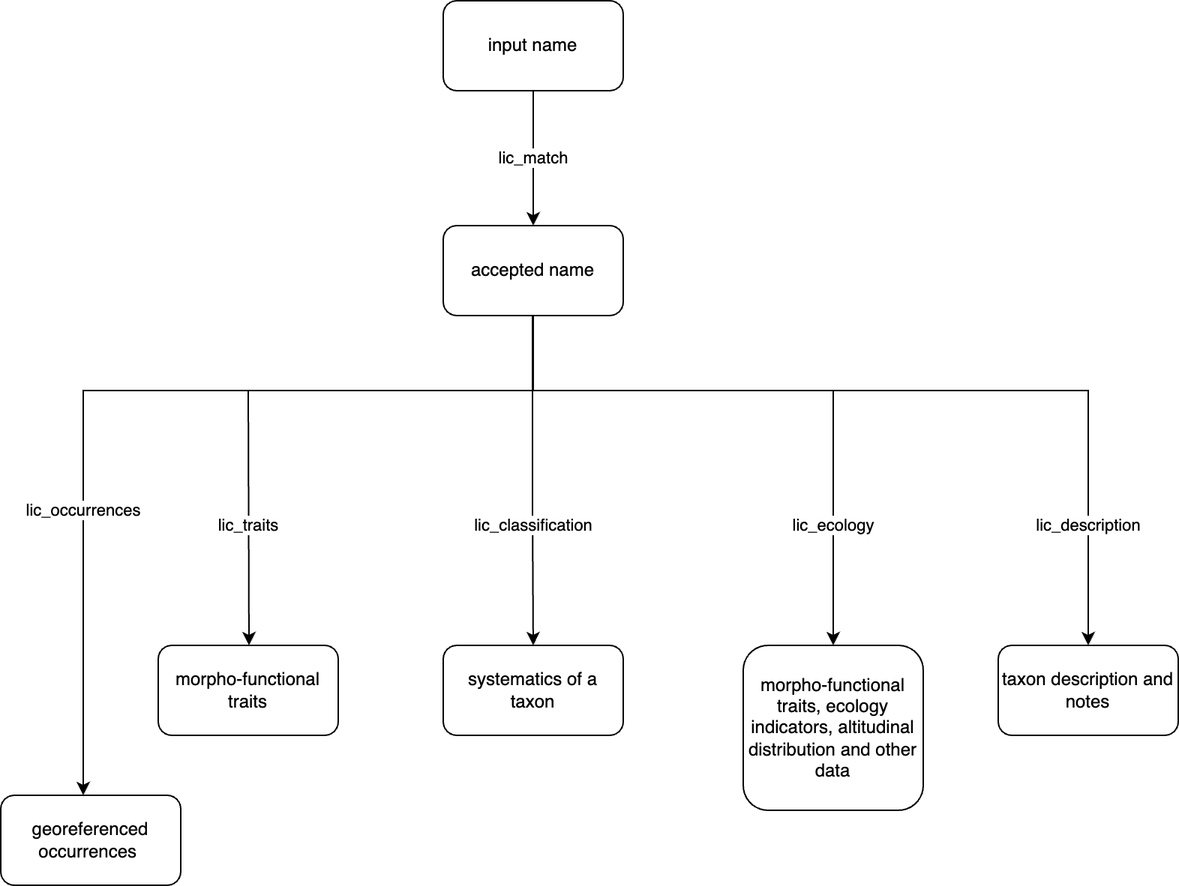
Before: code/images/api.png, a diagram exported from draw.io (Mattciao96/italic-webinar). Source tidied: cells renumbered, new cells last; positions are measured from the earlier drawing's top-left corner, leaving out a move shared by most shapes. The source it was exported from:
```xml
<mxGraphModel>
  <root>
    <mxCell id="0" />
    <mxCell id="1" parent="0" />
    <mxCell id="2" value="accepted name" style="rounded=1;whiteSpace=wrap;html=1;" parent="1" vertex="1">
      <mxGeometry x="295" y="150" width="120" height="60" as="geometry" />
    </mxCell>
    <mxCell id="3" value="lic_match" style="edgeStyle=orthogonalEdgeStyle;rounded=0;jettySize=auto;html=1;exitX=0.5;exitY=1;exitDx=0;exitDy=0;entryX=0.5;entryY=0;entryDx=0;entryDy=0;" parent="1" edge="1" source="4" target="2">
      <mxGeometry relative="1" as="geometry" />
    </mxCell>
    <mxCell id="4" value="input name" style="rounded=1;whiteSpace=wrap;html=1;" parent="1" vertex="1">
      <mxGeometry x="295" width="120" height="60" as="geometry" />
    </mxCell>
    <mxCell id="5" value="lic_ecology" style="endArrow=classic;html=1;rounded=0;exitX=0.5;exitY=1;exitDx=0;exitDy=0;" parent="1" edge="1">
      <mxGeometry x="0.62" relative="1" as="geometry">
        <mxPoint x="355" y="210" as="sourcePoint" />
        <mxPoint x="555" y="430" as="targetPoint" />
        <Array as="points">
          <mxPoint x="355" y="260" />
          <mxPoint x="555" y="260" />
        </Array>
      </mxGeometry>
    </mxCell>
    <mxCell id="6" value="lic_classification" style="endArrow=classic;html=1;rounded=0;" parent="1" edge="1">
      <mxGeometry x="0.27" relative="1" as="geometry">
        <mxPoint x="354.5" y="210" as="sourcePoint" />
        <mxPoint x="355" y="430" as="targetPoint" />
        <Array as="points">
          <mxPoint x="354.5" y="260" />
          <mxPoint x="354.5" y="340" />
        </Array>
      </mxGeometry>
    </mxCell>
    <mxCell id="7" value="morpho-functional traits, ecology indicators, altitudinal distribution and other data" style="rounded=1;whiteSpace=wrap;html=1;" parent="1" vertex="1">
      <mxGeometry x="495" y="430" width="120" height="110" as="geometry" />
    </mxCell>
    <mxCell id="8" value="systematics of a taxon" style="rounded=1;whiteSpace=wrap;html=1;" parent="1" vertex="1">
      <mxGeometry x="295" y="430" width="120" height="60" as="geometry" />
    </mxCell>
    <mxCell id="9" value="lic_description" style="endArrow=classic;html=1;rounded=0;exitX=0.5;exitY=1;exitDx=0;exitDy=0;" parent="1" edge="1" source="2">
      <mxGeometry x="0.73" relative="1" as="geometry">
        <mxPoint x="725" y="430" as="targetPoint" />
        <Array as="points">
          <mxPoint x="355" y="260" />
          <mxPoint x="725" y="260" />
        </Array>
      </mxGeometry>
    </mxCell>
    <mxCell id="10" value="taxon description and notes" style="rounded=1;whiteSpace=wrap;html=1;" parent="1" vertex="1">
      <mxGeometry x="665" y="430" width="120" height="60" as="geometry" />
    </mxCell>
    <mxCell id="11" value="lic_traits&lt;br&gt;" style="endArrow=classic;html=1;rounded=0;" parent="1" edge="1">
      <mxGeometry x="0.56" relative="1" as="geometry">
        <mxPoint x="355" y="260" as="sourcePoint" />
        <mxPoint x="165.5" y="430" as="targetPoint" />
        <Array as="points">
          <mxPoint x="165" y="260" />
        </Array>
      </mxGeometry>
    </mxCell>
    <mxCell id="12" value="morpho-functional traits" style="rounded=1;whiteSpace=wrap;html=1;" parent="1" vertex="1">
      <mxGeometry x="105" y="430" width="120" height="60" as="geometry" />
    </mxCell>
    <mxCell id="13" value="lic_occurrences" style="endArrow=classic;html=1;rounded=0;" parent="1" edge="1">
      <mxGeometry relative="1" as="geometry">
        <mxPoint x="165" y="260" as="sourcePoint" />
        <mxPoint x="55" y="530" as="targetPoint" />
        <Array as="points">
          <mxPoint x="55" y="260" />
        </Array>
      </mxGeometry>
    </mxCell>
    <mxCell id="14" value="georeferenced occurrences&amp;nbsp;" style="rounded=1;whiteSpace=wrap;html=1;" parent="1" vertex="1">
      <mxGeometry y="530" width="120" height="60" as="geometry" />
    </mxCell>
  </root>
</mxGraphModel>
```
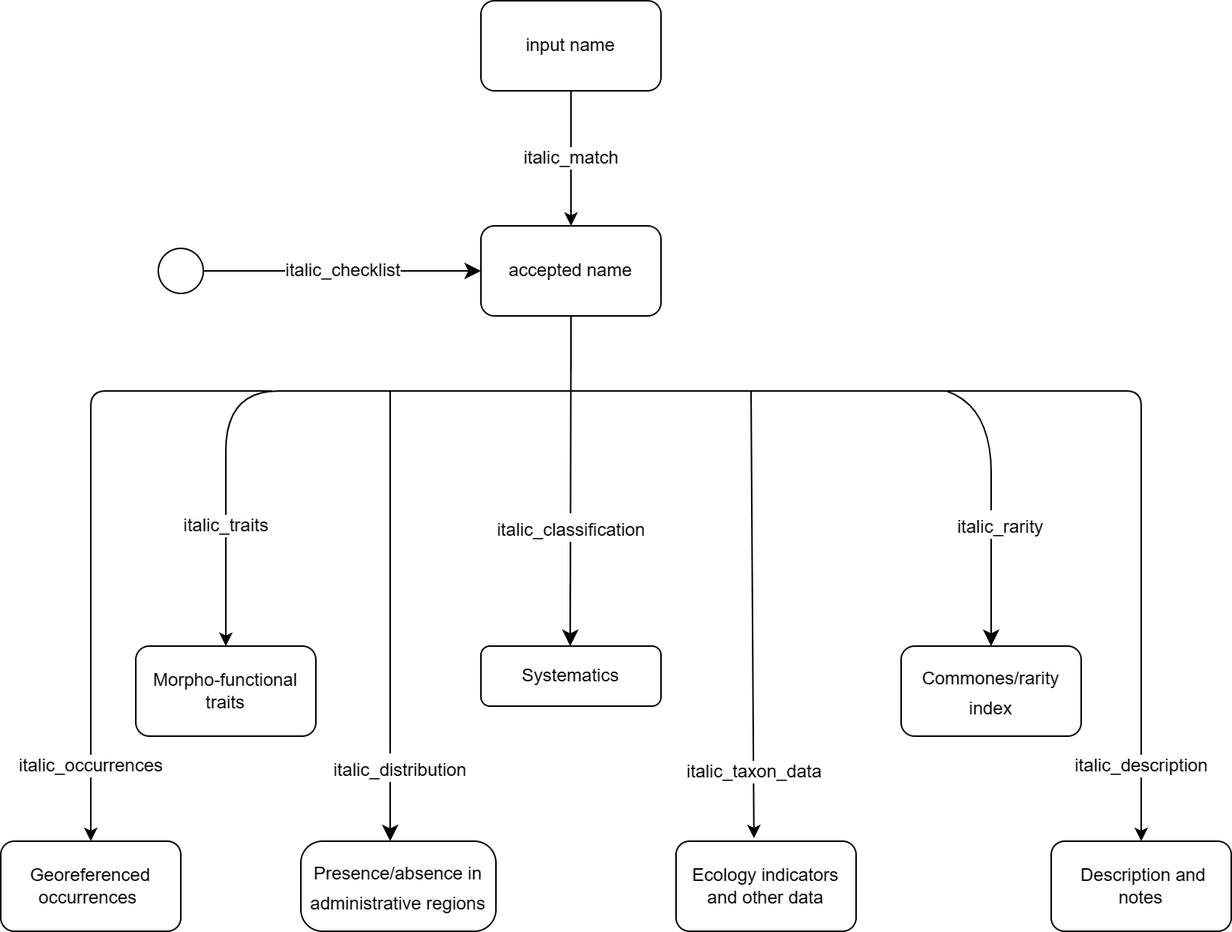
Later version of the same file.

What changed in the source:
```diff
@@ -3,75 +3,117 @@
     <mxCell id="0" />
     <mxCell id="1" parent="0" />
     <mxCell id="2" value="accepted name" style="rounded=1;whiteSpace=wrap;html=1;" parent="1" vertex="1">
-      <mxGeometry x="295" y="150" width="120" height="60" as="geometry" />
+      <mxGeometry x="305" y="150" width="120" height="60" as="geometry" />
     </mxCell>
-    <mxCell id="3" value="lic_match" style="edgeStyle=orthogonalEdgeStyle;rounded=0;jettySize=auto;html=1;exitX=0.5;exitY=1;exitDx=0;exitDy=0;entryX=0.5;entryY=0;entryDx=0;entryDy=0;" parent="1" edge="1" source="4" target="2">
+    <mxCell id="3" value="&lt;font style=&quot;font-size: 12px;&quot;&gt;italic_match&lt;/font&gt;" style="edgeStyle=orthogonalEdgeStyle;rounded=0;jettySize=auto;html=1;exitX=0.5;exitY=1;exitDx=0;exitDy=0;entryX=0.5;entryY=0;entryDx=0;entryDy=0;" parent="1" edge="1" source="4" target="2">
       <mxGeometry relative="1" as="geometry" />
     </mxCell>
-    <mxCell id="4" value="input name" style="rounded=1;whiteSpace=wrap;html=1;" parent="1" vertex="1">
-      <mxGeometry x="295" width="120" height="60" as="geometry" />
+    <mxCell id="4" value="input name" style="rounded=1;whiteSpace=wrap;html=1;glass=0;" parent="1" vertex="1">
+      <mxGeometry x="305" width="120" height="60" as="geometry" />
     </mxCell>
-    <mxCell id="5" value="lic_ecology" style="endArrow=classic;html=1;rounded=0;exitX=0.5;exitY=1;exitDx=0;exitDy=0;" parent="1" edge="1">
-      <mxGeometry x="0.62" relative="1" as="geometry">
-        <mxPoint x="355" y="210" as="sourcePoint" />
-        <mxPoint x="555" y="430" as="targetPoint" />
+    <mxCell id="5" value="&lt;font style=&quot;font-size: 12px;&quot;&gt;italic_taxon_data&lt;/font&gt;" style="endArrow=classic;html=1;rounded=0;entryX=0.433;entryY=-0.033;entryDx=0;entryDy=0;entryPerimeter=0;" parent="1" edge="1" target="7">
+      <mxGeometry x="0.8" relative="1" as="geometry">
+        <mxPoint x="365" y="260" as="sourcePoint" />
         <Array as="points">
           <mxPoint x="355" y="260" />
-          <mxPoint x="555" y="260" />
+          <mxPoint x="485" y="260" />
         </Array>
       </mxGeometry>
     </mxCell>
-    <mxCell id="6" value="lic_classification" style="endArrow=classic;html=1;rounded=0;" parent="1" edge="1">
-      <mxGeometry x="0.27" relative="1" as="geometry">
-        <mxPoint x="354.5" y="210" as="sourcePoint" />
-        <mxPoint x="355" y="430" as="targetPoint" />
-        <Array as="points">
-          <mxPoint x="354.5" y="260" />
-          <mxPoint x="354.5" y="340" />
-        </Array>
-      </mxGeometry>
-    </mxCell>
-    <mxCell id="7" value="morpho-functional traits, ecology indicators, altitudinal distribution and other data" style="rounded=1;whiteSpace=wrap;html=1;" parent="1" vertex="1">
-      <mxGeometry x="495" y="430" width="120" height="110" as="geometry" />
+    <mxCell id="7" value="Ecology indicators and other data" style="rounded=1;whiteSpace=wrap;html=1;" parent="1" vertex="1">
+      <mxGeometry x="435" y="560" width="120" height="60" as="geometry" />
     </mxCell>
-    <mxCell id="8" value="systematics of a taxon" style="rounded=1;whiteSpace=wrap;html=1;" parent="1" vertex="1">
-      <mxGeometry x="295" y="430" width="120" height="60" as="geometry" />
+    <mxCell id="8" value="Systematics" style="rounded=1;whiteSpace=wrap;html=1;" parent="1" vertex="1">
+      <mxGeometry x="305" y="430" width="120" height="40" as="geometry" />
     </mxCell>
-    <mxCell id="9" value="lic_description" style="endArrow=classic;html=1;rounded=0;exitX=0.5;exitY=1;exitDx=0;exitDy=0;" parent="1" edge="1" source="2">
-      <mxGeometry x="0.73" relative="1" as="geometry">
-        <mxPoint x="725" y="430" as="targetPoint" />
+    <mxCell id="9" value="&lt;font style=&quot;font-size: 12px;&quot;&gt;italic_description&lt;/font&gt;" style="endArrow=classic;html=1;entryX=0.5;entryY=0;entryDx=0;entryDy=0;rounded=1;" parent="1" edge="1" target="10">
+      <mxGeometry x="0.82" relative="1" as="geometry">
+        <mxPoint x="485" y="260" as="sourcePoint" />
         <Array as="points">
-          <mxPoint x="355" y="260" />
-          <mxPoint x="725" y="260" />
+          <mxPoint x="485" y="260" />
+          <mxPoint x="595" y="260" />
+          <mxPoint x="745" y="260" />
         </Array>
       </mxGeometry>
     </mxCell>
-    <mxCell id="10" value="taxon description and notes" style="rounded=1;whiteSpace=wrap;html=1;" parent="1" vertex="1">
-      <mxGeometry x="665" y="430" width="120" height="60" as="geometry" />
+    <mxCell id="10" value="&amp;nbsp;Description and notes" style="rounded=1;whiteSpace=wrap;html=1;" parent="1" vertex="1">
+      <mxGeometry x="685" y="560" width="120" height="60" as="geometry" />
     </mxCell>
-    <mxCell id="11" value="lic_traits&lt;br&gt;" style="endArrow=classic;html=1;rounded=0;" parent="1" edge="1">
-      <mxGeometry x="0.56" relative="1" as="geometry">
+    <mxCell id="11" value="&lt;font style=&quot;font-size: 12px;&quot;&gt;italic_traits&lt;/font&gt;" style="endArrow=classic;html=1;entryX=0.5;entryY=0;entryDx=0;entryDy=0;curved=1;" parent="1" edge="1" target="12">
+      <mxGeometry x="0.66" relative="1" as="geometry">
         <mxPoint x="355" y="260" as="sourcePoint" />
-        <mxPoint x="165.5" y="430" as="targetPoint" />
         <Array as="points">
-          <mxPoint x="165" y="260" />
+          <mxPoint x="205" y="260" />
+          <mxPoint x="135" y="260" />
+          <mxPoint x="135" y="340" />
+          <mxPoint x="135" y="300" />
+          <mxPoint x="135" y="370" />
         </Array>
       </mxGeometry>
     </mxCell>
-    <mxCell id="12" value="morpho-functional traits" style="rounded=1;whiteSpace=wrap;html=1;" parent="1" vertex="1">
-      <mxGeometry x="105" y="430" width="120" height="60" as="geometry" />
+    <mxCell id="12" value="Morpho-functional traits" style="rounded=1;whiteSpace=wrap;html=1;" parent="1" vertex="1">
+      <mxGeometry x="75" y="430" width="120" height="60" as="geometry" />
     </mxCell>
-    <mxCell id="13" value="lic_occurrences" style="endArrow=classic;html=1;rounded=0;" parent="1" edge="1">
-      <mxGeometry relative="1" as="geometry">
-        <mxPoint x="165" y="260" as="sourcePoint" />
-        <mxPoint x="55" y="530" as="targetPoint" />
+    <mxCell id="13" value="&lt;font style=&quot;font-size: 12px;&quot;&gt;italic_occurrences&lt;/font&gt;" style="endArrow=classic;html=1;rounded=1;entryX=0.5;entryY=0;entryDx=0;entryDy=0;" parent="1" edge="1" target="14">
+      <mxGeometry x="0.76" relative="1" as="geometry">
+        <mxPoint x="165.6" y="260" as="sourcePoint" />
         <Array as="points">
-          <mxPoint x="55" y="260" />
+          <mxPoint x="45" y="260" />
         </Array>
       </mxGeometry>
     </mxCell>
-    <mxCell id="14" value="georeferenced occurrences&amp;nbsp;" style="rounded=1;whiteSpace=wrap;html=1;" parent="1" vertex="1">
-      <mxGeometry y="530" width="120" height="60" as="geometry" />
+    <mxCell id="14" value="Georeferenced occurrences&amp;nbsp;" style="rounded=1;whiteSpace=wrap;html=1;" parent="1" vertex="1">
+      <mxGeometry x="-15" y="560" width="120" height="60" as="geometry" />
     </mxCell>
+    <mxCell id="15" style="endArrow=classic;html=1;rounded=0;fontSize=12;startSize=8;endSize=8;curved=1;entryX=0.5;entryY=0;entryDx=0;entryDy=0;" parent="1" edge="1">
+      <mxGeometry relative="1" as="geometry">
+        <mxPoint x="244.5" y="260" as="sourcePoint" />
+        <mxPoint x="244.5" y="560" as="targetPoint" />
+        <Array as="points">
+          <mxPoint x="244.5" y="510" />
+        </Array>
+      </mxGeometry>
+    </mxCell>
+    <mxCell id="16" value="&lt;font style=&quot;font-size: 12px;&quot;&gt;italic_distribution&lt;/font&gt;" style="edgeLabel;html=1;align=center;verticalAlign=middle;fontSize=16;" parent="15" vertex="1">
+      <mxGeometry x="0.6" y="4" relative="1" as="geometry">
+        <mxPoint x="2" y="10" as="offset" />
+      </mxGeometry>
+    </mxCell>
+    <mxCell id="17" style="endArrow=classic;html=1;rounded=0;fontSize=12;startSize=8;endSize=8;curved=1;entryX=0.5;entryY=0;entryDx=0;entryDy=0;" parent="1" edge="1" target="19">
+      <mxGeometry relative="1" as="geometry">
+        <mxPoint x="615" y="260" as="sourcePoint" />
+        <Array as="points">
+          <mxPoint x="645" y="270" />
+          <mxPoint x="645" y="360" />
+        </Array>
+      </mxGeometry>
+    </mxCell>
+    <mxCell id="18" value="&lt;font style=&quot;font-size: 12px;&quot;&gt;italic_rarity&lt;/font&gt;" style="edgeLabel;html=1;align=center;verticalAlign=middle;fontSize=16;" parent="17" vertex="1">
+      <mxGeometry x="0.24" y="5" relative="1" as="geometry">
+        <mxPoint y="-8" as="offset" />
+      </mxGeometry>
+    </mxCell>
+    <mxCell id="19" value="&lt;font style=&quot;font-size: 12px;&quot;&gt;Commones/rarity index&lt;/font&gt;" style="rounded=1;whiteSpace=wrap;html=1;fontSize=16;" parent="1" vertex="1">
+      <mxGeometry x="585" y="430" width="120" height="60" as="geometry" />
+    </mxCell>
+    <mxCell id="20" value="&lt;font style=&quot;font-size: 12px;&quot;&gt;Presence/absence in administrative regions&lt;/font&gt;" style="rounded=1;whiteSpace=wrap;html=1;fontSize=16;arcSize=24;" parent="1" vertex="1">
+      <mxGeometry x="185" y="560" width="130" height="60" as="geometry" />
+    </mxCell>
+    <mxCell id="21" style="ellipse;whiteSpace=wrap;html=1;fontSize=16;" parent="1" vertex="1">
+      <mxGeometry x="90" y="165" width="30" height="30" as="geometry" />
+    </mxCell>
+    <mxCell id="22" value="italic_checklist" style="endArrow=classic;html=1;rounded=0;fontSize=12;startSize=8;endSize=8;curved=1;entryX=0;entryY=0.5;entryDx=0;entryDy=0;exitX=1;exitY=0.5;exitDx=0;exitDy=0;" parent="1" edge="1" source="21" target="2">
+      <mxGeometry relative="1" as="geometry" />
+    </mxCell>
+    <mxCell id="23" style="endArrow=classic;html=1;rounded=0;fontSize=12;startSize=8;endSize=8;curved=1;entryX=0.5;entryY=0;entryDx=0;entryDy=0;exitX=0.5;exitY=1;exitDx=0;exitDy=0;" parent="1" edge="1" source="2">
+      <mxGeometry relative="1" as="geometry">
+        <mxPoint x="364.5" y="430" as="targetPoint" />
+      </mxGeometry>
+    </mxCell>
+    <mxCell id="24" value="&lt;font style=&quot;font-size: 12px;&quot;&gt;italic_classification&lt;/font&gt;" style="edgeLabel;html=1;align=center;verticalAlign=middle;fontSize=16;" parent="23" vertex="1">
+      <mxGeometry x="0.4" y="1" relative="1" as="geometry">
+        <mxPoint x="-1" y="-14" as="offset" />
+      </mxGeometry>
+    </mxCell>
   </root>
 </mxGraphModel>
```
